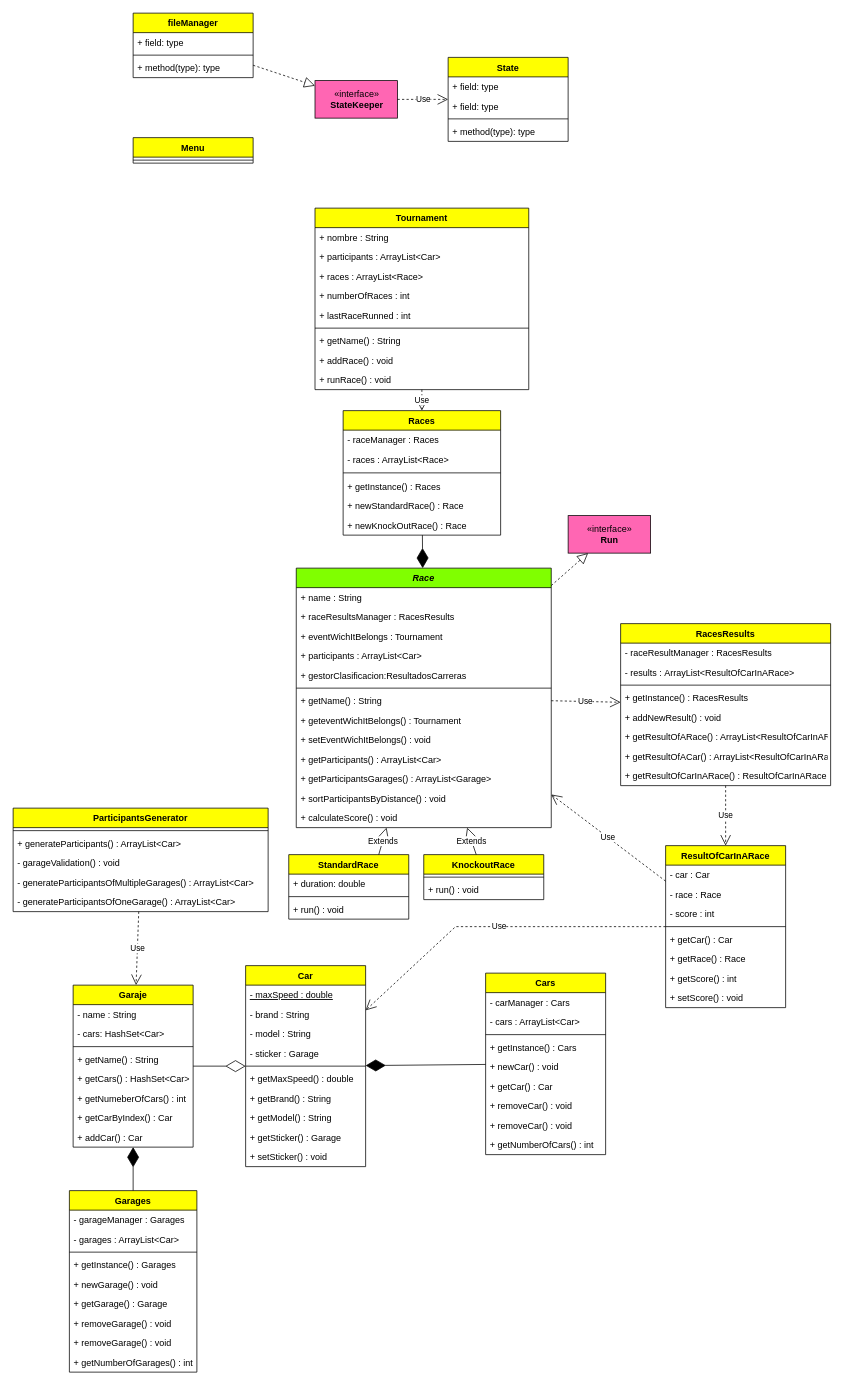
This is Programacion/RaceControl/RaceControlUML.drawio from MarioCFC/Bootcamp, a draw.io file, before an edit. Source tidied: cells renumbered, new cells numbered last; positions are measured from the earlier drawing's top-left corner, leaving out a move shared by most shapes. Both pictures are drawn from the tidied source at 75%, with x=0, y=0 at pixel (13, 13).
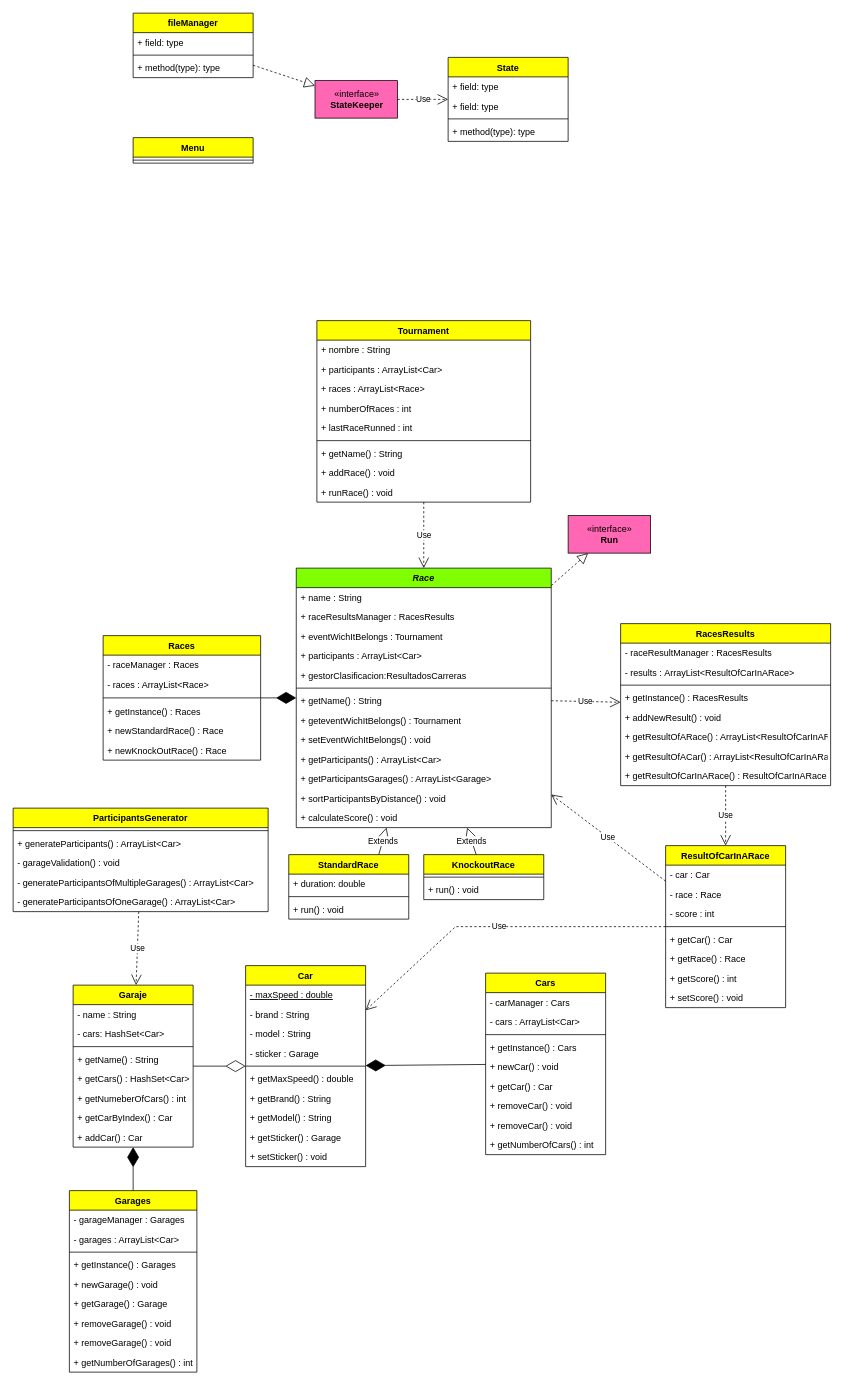
The same diagram, later.

The change refers to these unchanged cells:
```xml
<mxCell id="33" value="Race" style="swimlane;fontStyle=3;align=center;verticalAlign=top;horizontal=1;startSize=26;fillColor=#80FF00;" parent="1" vertex="1">
  <mxGeometry x="377.5" y="740" width="340" height="346" as="geometry" />
</mxCell>
```

The edit, as a diff of the source:
```diff
@@
     <mxCell id="22" value="Tournament" style="swimlane;fontStyle=1;align=center;verticalAlign=top;horizontal=1;startSize=26;fillColor=#FFFF00;" parent="1" vertex="1">
-      <mxGeometry x="402.5" y="260" width="285" height="242" as="geometry" />
+      <mxGeometry x="405" y="410" width="285" height="242" as="geometry" />
     </mxCell>
@@
     <mxCell id="109" value="Races" style="swimlane;fontStyle=1;align=center;verticalAlign=top;horizontal=1;startSize=26;fillColor=#FFFF00;" parent="1" vertex="1">
-      <mxGeometry x="440" y="530" width="210" height="166" as="geometry" />
+      <mxGeometry x="120" y="830" width="210" height="166" as="geometry" />
     </mxCell>
@@
-    <mxCell id="117" value="Use" style="endArrow=open;endSize=12;dashed=1;html=1;rounded=0;" parent="1" edge="1" source="22" target="109">
+    <mxCell id="117" value="Use" style="endArrow=open;endSize=12;dashed=1;html=1;rounded=0;" parent="1" edge="1" source="22" target="33">
       <mxGeometry relative="1" as="geometry" />
     </mxCell>
```
